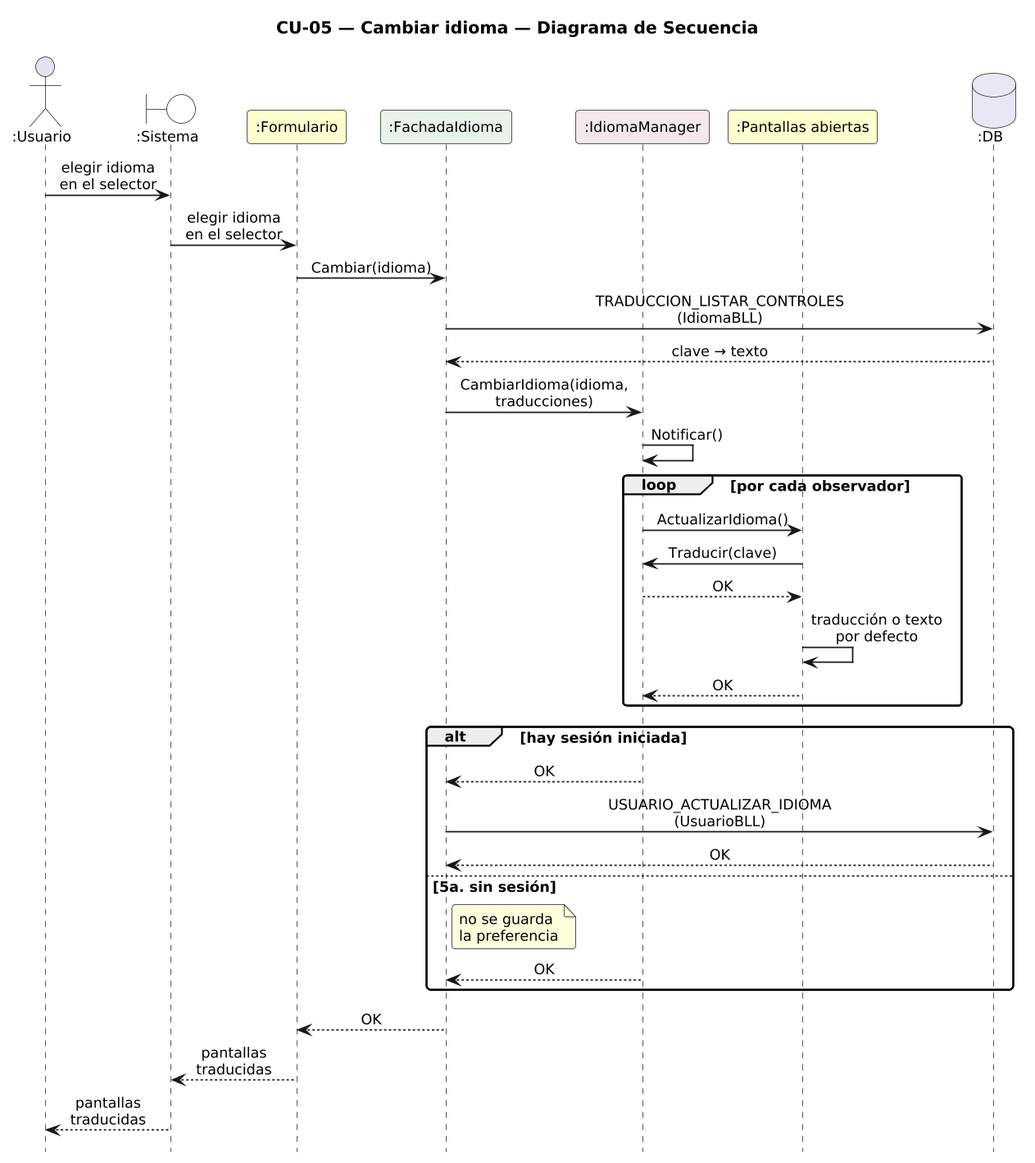
Earlier version of the PlantUML export DIAGRAMAS/DiagramaSecuencia_CU05_CambiarIdioma.png (Urrels/ingenieria_software).
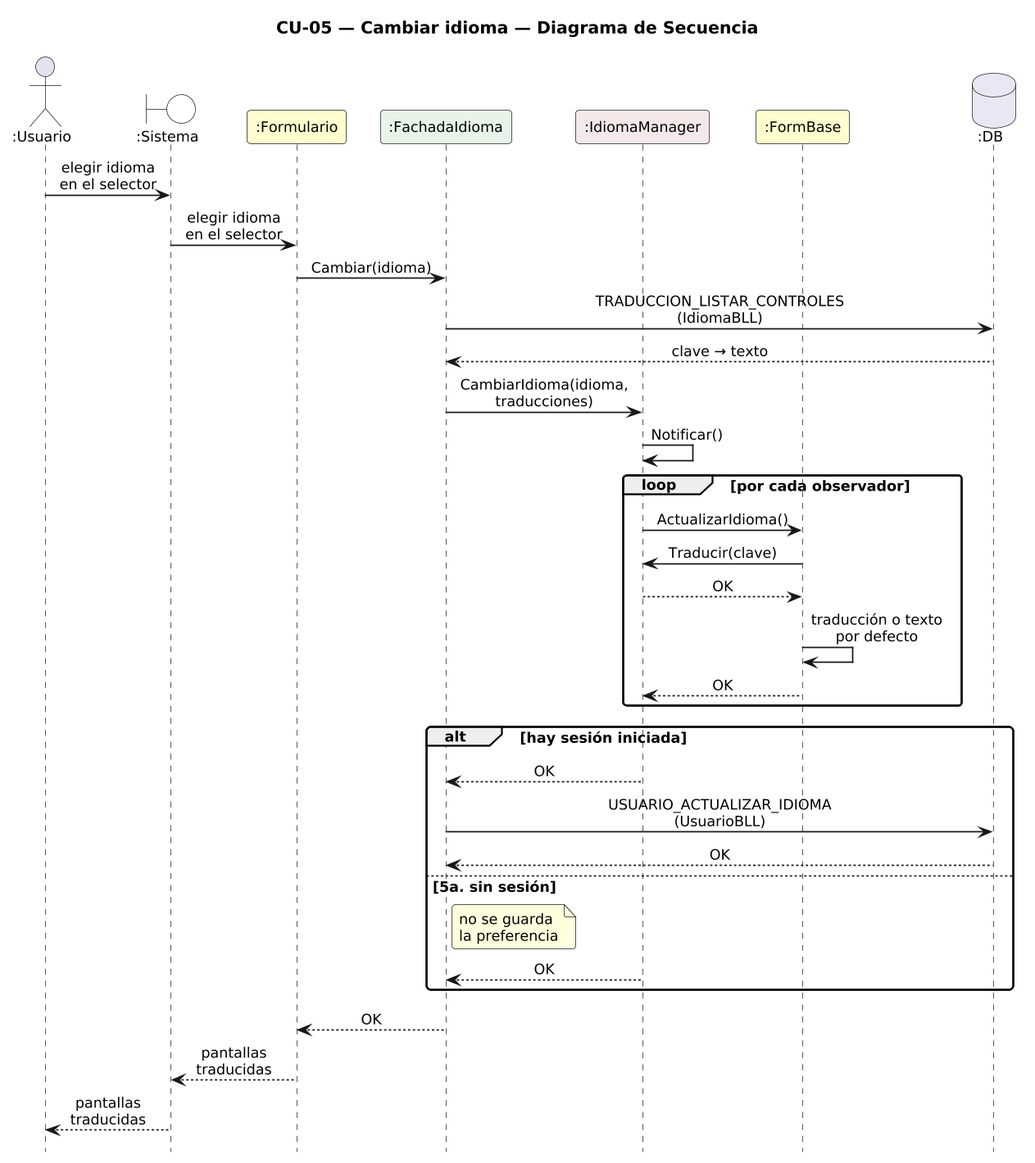
Above is the later version.

Diff of the diagram source:
```diff
@@ -16,7 +16,7 @@
 participant ":Formulario" as F #FEFECE
 participant ":FachadaIdioma" as FA #E8F4E8
 participant ":IdiomaManager" as IM #F4E8E8
-participant ":Pantallas abiertas" as O #FEFECE
+participant ":FormBase" as O #FEFECE
 database ":DB" as DB #E8E8F4
 
 U -> SYS : elegir idioma\nen el selector
```
